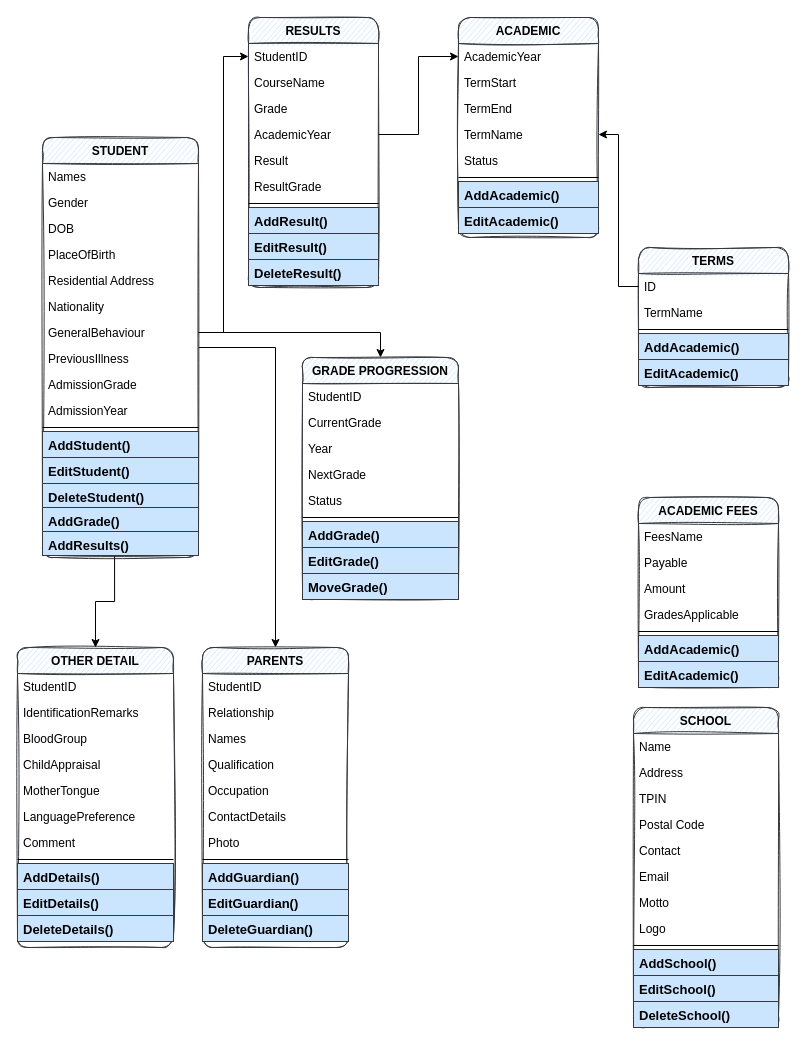
Above: SchoolDiagram.drawio in NickKatambo/School (draw.io), before the change. Source tidied: cells renumbered, new cells numbered last; positions are measured from the earlier drawing's top-left corner, leaving out a move shared by most shapes. Both pictures are drawn from the tidied source at 100%, with x=0, y=0 at pixel (17, 17).
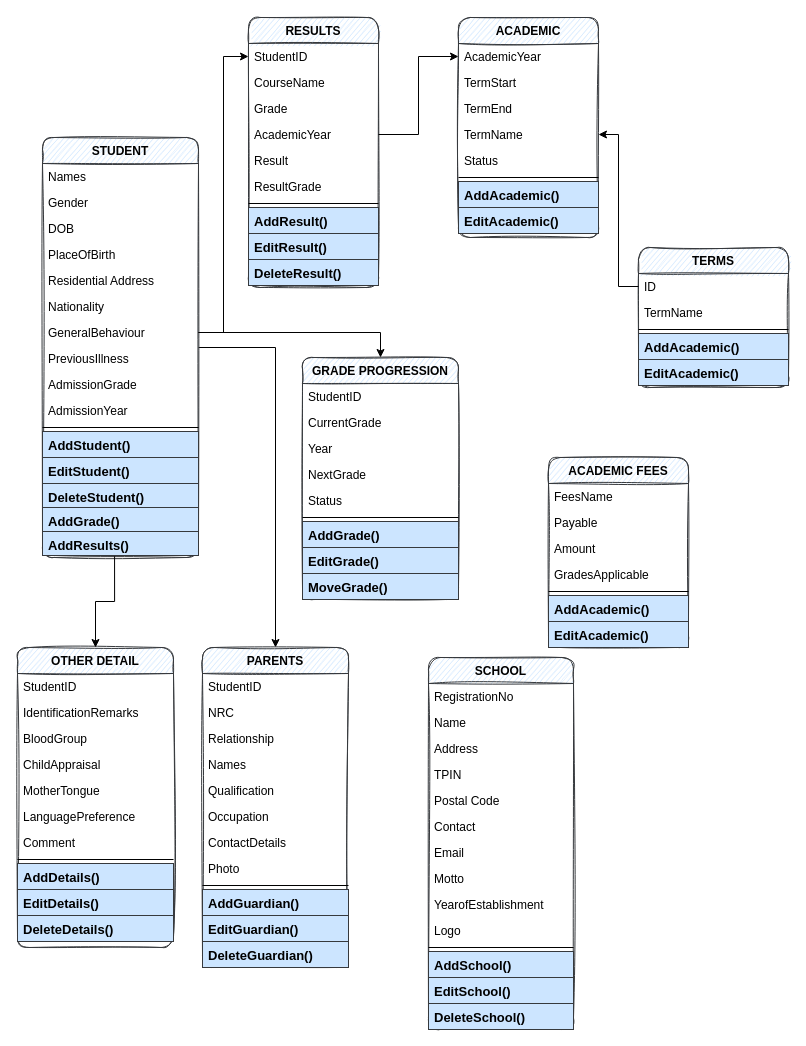
The same diagram, later.

What changed in the source:
```diff
@@
     <mxCell id="2" value="SCHOOL" style="swimlane;fontStyle=1;align=center;verticalAlign=top;horizontal=1;startSize=26;rounded=1;shadow=0;strokeWidth=1;sketch=1;glass=0;fillColor=#cce5ff;strokeColor=#36393d;" parent="1" vertex="1">
-      <mxGeometry x="616" y="690" width="145" height="320" as="geometry" />
+      <mxGeometry x="411" y="640" width="145" height="372" as="geometry" />
     </mxCell>
-    <mxCell id="3" value="Name" style="text;align=left;verticalAlign=top;spacingLeft=4;spacingRight=4;overflow=hidden;" parent="2" vertex="1">
+    <mxCell id="3" value="RegistrationNo&#10;" style="text;align=left;verticalAlign=top;spacingLeft=4;spacingRight=4;overflow=hidden;" parent="2" vertex="1">
       <mxGeometry y="26" width="145" height="26" as="geometry" />
     </mxCell>
+    <mxCell id="106" value="Name" style="text;align=left;verticalAlign=top;spacingLeft=4;spacingRight=4;overflow=hidden;" parent="2" vertex="1">
+      <mxGeometry y="52" width="145" height="26" as="geometry" />
+    </mxCell>
     <mxCell id="4" value="Address" style="text;align=left;verticalAlign=top;spacingLeft=4;spacingRight=4;overflow=hidden;rounded=0;shadow=0;html=0;" parent="2" vertex="1">
-      <mxGeometry y="52" width="145" height="26" as="geometry" />
+      <mxGeometry y="78" width="145" height="26" as="geometry" />
     </mxCell>
     <mxCell id="5" value="TPIN&#10;" style="text;align=left;verticalAlign=top;spacingLeft=4;spacingRight=4;overflow=hidden;rounded=0;shadow=0;html=0;" parent="2" vertex="1">
-      <mxGeometry y="78" width="145" height="26" as="geometry" />
+      <mxGeometry y="104" width="145" height="26" as="geometry" />
     </mxCell>
     <mxCell id="6" value="Postal Code" style="text;align=left;verticalAlign=top;spacingLeft=4;spacingRight=4;overflow=hidden;rounded=0;shadow=0;html=0;" parent="2" vertex="1">
-      <mxGeometry y="104" width="145" height="26" as="geometry" />
+      <mxGeometry y="130" width="145" height="26" as="geometry" />
     </mxCell>
     <mxCell id="7" value="Contact" style="text;align=left;verticalAlign=top;spacingLeft=4;spacingRight=4;overflow=hidden;" parent="2" vertex="1">
-      <mxGeometry y="130" width="145" height="26" as="geometry" />
+      <mxGeometry y="156" width="145" height="26" as="geometry" />
     </mxCell>
     <mxCell id="8" value="Email" style="text;align=left;verticalAlign=top;spacingLeft=4;spacingRight=4;overflow=hidden;" parent="2" vertex="1">
-      <mxGeometry y="156" width="145" height="26" as="geometry" />
+      <mxGeometry y="182" width="145" height="26" as="geometry" />
     </mxCell>
     <mxCell id="9" value="Motto" style="text;align=left;verticalAlign=top;spacingLeft=4;spacingRight=4;overflow=hidden;rounded=0;shadow=0;html=0;" parent="2" vertex="1">
-      <mxGeometry y="182" width="145" height="26" as="geometry" />
+      <mxGeometry y="208" width="145" height="26" as="geometry" />
     </mxCell>
+    <mxCell id="107" value="YearofEstablishment" style="text;align=left;verticalAlign=top;spacingLeft=4;spacingRight=4;overflow=hidden;rounded=0;shadow=0;html=0;" parent="2" vertex="1">
+      <mxGeometry y="234" width="145" height="26" as="geometry" />
+    </mxCell>
     <mxCell id="10" value="Logo&#10;" style="text;align=left;verticalAlign=top;spacingLeft=4;spacingRight=4;overflow=hidden;rounded=0;shadow=0;html=0;" parent="2" vertex="1">
-      <mxGeometry y="208" width="145" height="26" as="geometry" />
+      <mxGeometry y="260" width="145" height="26" as="geometry" />
     </mxCell>
     <mxCell id="11" style="line;html=1;strokeWidth=1;align=left;verticalAlign=middle;spacingTop=-1;spacingLeft=3;spacingRight=3;labelPosition=right;" parent="2" vertex="1">
-      <mxGeometry y="234" width="145" height="8" as="geometry" />
+      <mxGeometry y="286" width="145" height="8" as="geometry" />
     </mxCell>
     <mxCell id="12" value="AddSchool()" style="text;align=left;verticalAlign=top;spacingLeft=4;spacingRight=4;overflow=hidden;rounded=0;shadow=0;html=0;fillColor=#cce5ff;strokeColor=#36393d;fontStyle=1;labelBackgroundColor=none;fontSize=13;" parent="2" vertex="1">
-      <mxGeometry y="242" width="145" height="26" as="geometry" />
+      <mxGeometry y="294" width="145" height="26" as="geometry" />
     </mxCell>
     <mxCell id="13" value="EditSchool()" style="text;align=left;verticalAlign=top;spacingLeft=4;spacingRight=4;overflow=hidden;fillColor=#cce5ff;strokeColor=#36393d;fontStyle=1;labelBackgroundColor=none;fontSize=13;" parent="2" vertex="1">
-      <mxGeometry y="268" width="145" height="26" as="geometry" />
+      <mxGeometry y="320" width="145" height="26" as="geometry" />
     </mxCell>
     <mxCell id="14" value="DeleteSchool()" style="text;align=left;verticalAlign=top;spacingLeft=4;spacingRight=4;overflow=hidden;fillColor=#cce5ff;strokeColor=#36393d;fontStyle=1;labelBackgroundColor=none;fontSize=13;" parent="2" vertex="1">
-      <mxGeometry y="294" width="145" height="26" as="geometry" />
+      <mxGeometry y="346" width="145" height="26" as="geometry" />
     </mxCell>
@@
     <mxCell id="54" value="PARENTS" style="swimlane;fontStyle=1;align=center;verticalAlign=top;horizontal=1;startSize=26;rounded=1;shadow=0;strokeWidth=1;sketch=1;glass=0;fillColor=#cce5ff;strokeColor=#36393d;" parent="1" vertex="1">
-      <mxGeometry x="185" y="630" width="146" height="300" as="geometry" />
+      <mxGeometry x="185" y="630" width="146" height="320" as="geometry" />
     </mxCell>
@@
+    <mxCell id="108" value="NRC" style="text;align=left;verticalAlign=top;spacingLeft=4;spacingRight=4;overflow=hidden;rounded=0;shadow=0;html=0;" parent="54" vertex="1">
+      <mxGeometry y="52" width="146" height="26" as="geometry" />
+    </mxCell>
     <mxCell id="56" value="Relationship" style="text;align=left;verticalAlign=top;spacingLeft=4;spacingRight=4;overflow=hidden;rounded=0;shadow=0;html=0;" parent="54" vertex="1">
-      <mxGeometry y="52" width="146" height="26" as="geometry" />
+      <mxGeometry y="78" width="146" height="26" as="geometry" />
     </mxCell>
     <mxCell id="57" value="Names" style="text;align=left;verticalAlign=top;spacingLeft=4;spacingRight=4;overflow=hidden;rounded=0;shadow=0;html=0;" parent="54" vertex="1">
-      <mxGeometry y="78" width="146" height="26" as="geometry" />
+      <mxGeometry y="104" width="146" height="26" as="geometry" />
     </mxCell>
     <mxCell id="58" value="Qualification" style="text;align=left;verticalAlign=top;spacingLeft=4;spacingRight=4;overflow=hidden;rounded=0;shadow=0;html=0;" parent="54" vertex="1">
-      <mxGeometry y="104" width="146" height="26" as="geometry" />
+      <mxGeometry y="130" width="146" height="26" as="geometry" />
     </mxCell>
     <mxCell id="59" value="Occupation" style="text;align=left;verticalAlign=top;spacingLeft=4;spacingRight=4;overflow=hidden;" parent="54" vertex="1">
-      <mxGeometry y="130" width="146" height="26" as="geometry" />
+      <mxGeometry y="156" width="146" height="26" as="geometry" />
     </mxCell>
     <mxCell id="60" value="ContactDetails" style="text;align=left;verticalAlign=top;spacingLeft=4;spacingRight=4;overflow=hidden;" parent="54" vertex="1">
-      <mxGeometry y="156" width="146" height="26" as="geometry" />
+      <mxGeometry y="182" width="146" height="26" as="geometry" />
     </mxCell>
     <mxCell id="61" value="Photo" style="text;align=left;verticalAlign=top;spacingLeft=4;spacingRight=4;overflow=hidden;rounded=0;shadow=0;html=0;" parent="54" vertex="1">
-      <mxGeometry y="182" width="146" height="26" as="geometry" />
+      <mxGeometry y="208" width="146" height="26" as="geometry" />
     </mxCell>
     <mxCell id="62" style="line;html=1;strokeWidth=1;align=left;verticalAlign=middle;spacingTop=-1;spacingLeft=3;spacingRight=3;labelPosition=right;" parent="54" vertex="1">
-      <mxGeometry y="208" width="146" height="8" as="geometry" />
+      <mxGeometry y="234" width="146" height="8" as="geometry" />
     </mxCell>
     <mxCell id="63" value="AddGuardian()" style="text;align=left;verticalAlign=top;spacingLeft=4;spacingRight=4;overflow=hidden;rounded=0;shadow=0;html=0;fillColor=#cce5ff;strokeColor=#36393d;fontStyle=1;labelBackgroundColor=none;fontSize=13;" parent="54" vertex="1">
-      <mxGeometry y="216" width="146" height="26" as="geometry" />
+      <mxGeometry y="242" width="146" height="26" as="geometry" />
     </mxCell>
     <mxCell id="64" value="EditGuardian()" style="text;align=left;verticalAlign=top;spacingLeft=4;spacingRight=4;overflow=hidden;fillColor=#cce5ff;strokeColor=#36393d;fontStyle=1;labelBackgroundColor=none;fontSize=13;" parent="54" vertex="1">
-      <mxGeometry y="242" width="146" height="26" as="geometry" />
+      <mxGeometry y="268" width="146" height="26" as="geometry" />
     </mxCell>
     <mxCell id="65" value="DeleteGuardian()" style="text;align=left;verticalAlign=top;spacingLeft=4;spacingRight=4;overflow=hidden;fillColor=#cce5ff;strokeColor=#36393d;fontStyle=1;labelBackgroundColor=none;fontSize=13;" parent="54" vertex="1">
-      <mxGeometry y="268" width="146" height="26" as="geometry" />
+      <mxGeometry y="294" width="146" height="26" as="geometry" />
     </mxCell>
     <mxCell id="66" value="ACADEMIC FEES" style="swimlane;fontStyle=1;align=center;verticalAlign=top;horizontal=1;startSize=26;rounded=1;shadow=0;strokeWidth=1;sketch=1;glass=0;fillColor=#cce5ff;strokeColor=#36393d;" parent="1" vertex="1">
-      <mxGeometry x="621" y="480" width="140" height="190" as="geometry" />
+      <mxGeometry x="531" y="440" width="140" height="190" as="geometry" />
     </mxCell>
```
